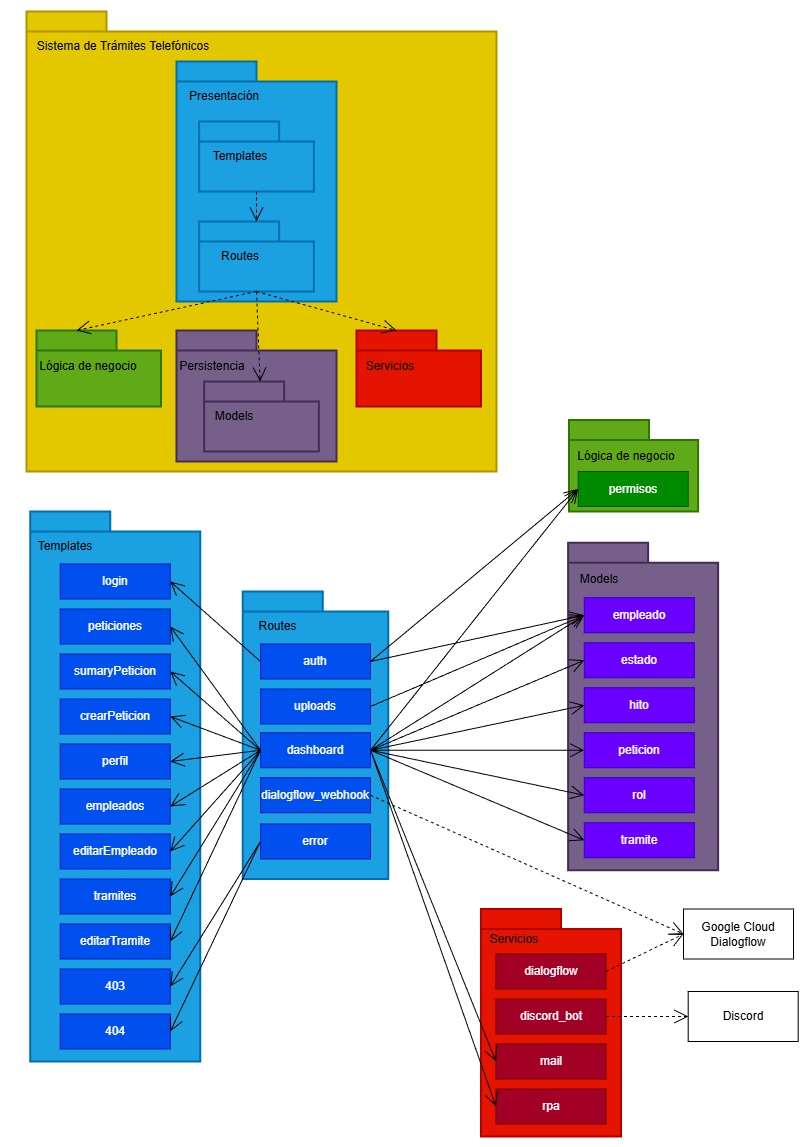
The draw.io diagram documents/img/diagramas/decomposition&uses_style.png in humaral/tfg, before a commit. Source tidied: cells renumbered, new cells last; positions are measured from the earlier drawing's top-left corner, leaving out a move shared by most shapes.
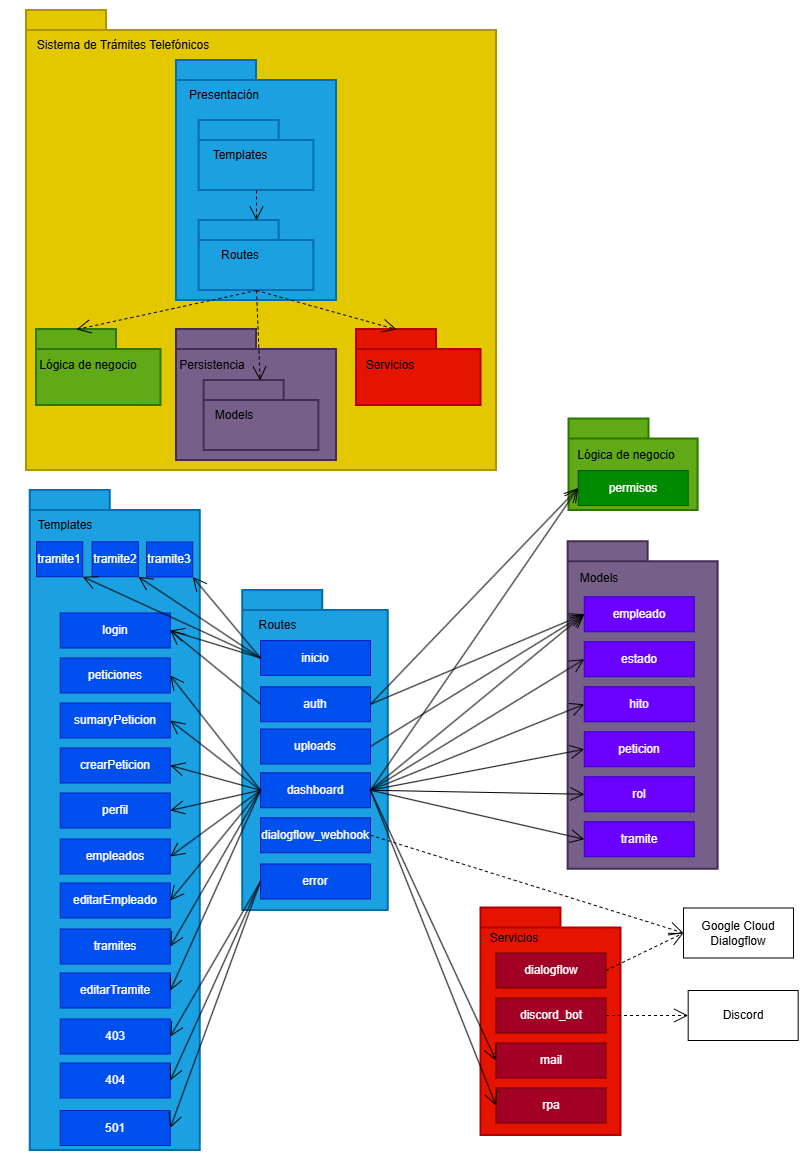
The same diagram one commit later.

Diff of the diagram source:
```diff
@@ -51,64 +51,64 @@
       <mxGeometry relative="1" as="geometry" />
     </mxCell>
     <mxCell id="18" style="shape=folder;tabWidth=80;tabHeight=20;tabPosition=left;strokeWidth=2;html=1;whiteSpace=wrap;align=center;fillColor=#1ba1e2;fontColor=#ffffff;strokeColor=#006EAF;" parent="1" vertex="1">
-      <mxGeometry x="19.8" y="500" width="170" height="550" as="geometry" />
+      <mxGeometry x="19.8" y="480" width="170" height="660" as="geometry" />
     </mxCell>
     <mxCell id="19" value="Templates" style="text;html=1;whiteSpace=wrap;strokeColor=none;fillColor=none;align=center;verticalAlign=middle;rounded=0;" parent="1" vertex="1">
-      <mxGeometry x="-0.2" y="520" width="110" height="30" as="geometry" />
+      <mxGeometry x="-0.2" y="500" width="110" height="30" as="geometry" />
     </mxCell>
     <mxCell id="20" value="crearPeticion" style="html=1;whiteSpace=wrap;fillColor=#0050ef;fontColor=#ffffff;strokeColor=#001DBC;" parent="1" vertex="1">
-      <mxGeometry x="49.8" y="687.5" width="110" height="35" as="geometry" />
+      <mxGeometry x="49.8" y="737.5" width="110" height="35" as="geometry" />
     </mxCell>
     <mxCell id="21" value="editarTramite" style="html=1;whiteSpace=wrap;fillColor=#0050ef;fontColor=#ffffff;strokeColor=#001DBC;" parent="1" vertex="1">
-      <mxGeometry x="49.8" y="912.5" width="110" height="35" as="geometry" />
+      <mxGeometry x="49.8" y="962.5" width="110" height="35" as="geometry" />
     </mxCell>
     <mxCell id="22" value="editarEmpleado" style="html=1;whiteSpace=wrap;fillColor=#0050ef;fontColor=#ffffff;strokeColor=#001DBC;" parent="1" vertex="1">
-      <mxGeometry x="49.8" y="822.5" width="110" height="35" as="geometry" />
+      <mxGeometry x="49.8" y="872.5" width="110" height="35" as="geometry" />
     </mxCell>
     <mxCell id="23" value="empleados" style="html=1;whiteSpace=wrap;fillColor=#0050ef;fontColor=#ffffff;strokeColor=#001DBC;" parent="1" vertex="1">
-      <mxGeometry x="49.8" y="777.5" width="110" height="35" as="geometry" />
+      <mxGeometry x="49.8" y="828.5" width="110" height="35" as="geometry" />
     </mxCell>
     <mxCell id="24" value="login" style="html=1;whiteSpace=wrap;fillColor=#0050ef;fontColor=#ffffff;strokeColor=#001DBC;" parent="1" vertex="1">
-      <mxGeometry x="49.8" y="552.5" width="110" height="35" as="geometry" />
+      <mxGeometry x="49.8" y="602.5" width="110" height="35" as="geometry" />
     </mxCell>
     <mxCell id="25" value="peticiones" style="html=1;whiteSpace=wrap;fillColor=#0050ef;fontColor=#ffffff;strokeColor=#001DBC;" parent="1" vertex="1">
-      <mxGeometry x="49.8" y="597.5" width="110" height="35" as="geometry" />
+      <mxGeometry x="49.8" y="647.5" width="110" height="35" as="geometry" />
     </mxCell>
     <mxCell id="26" value="perfil" style="html=1;whiteSpace=wrap;fillColor=#0050ef;fontColor=#ffffff;strokeColor=#001DBC;" parent="1" vertex="1">
-      <mxGeometry x="49.8" y="732.5" width="110" height="35" as="geometry" />
+      <mxGeometry x="49.8" y="782.5" width="110" height="35" as="geometry" />
     </mxCell>
     <mxCell id="27" value="tramites" style="html=1;whiteSpace=wrap;fillColor=#0050ef;fontColor=#ffffff;strokeColor=#001DBC;" parent="1" vertex="1">
-      <mxGeometry x="49.8" y="867.5" width="110" height="35" as="geometry" />
+      <mxGeometry x="49.8" y="918.5" width="110" height="35" as="geometry" />
     </mxCell>
     <mxCell id="28" value="sumaryPeticion" style="html=1;whiteSpace=wrap;fillColor=#0050ef;fontColor=#ffffff;strokeColor=#001DBC;" parent="1" vertex="1">
-      <mxGeometry x="49.8" y="642.5" width="110" height="35" as="geometry" />
+      <mxGeometry x="49.8" y="692.5" width="110" height="35" as="geometry" />
     </mxCell>
     <mxCell id="29" value="404" style="html=1;whiteSpace=wrap;fillColor=#0050ef;fontColor=#ffffff;strokeColor=#001DBC;" parent="1" vertex="1">
-      <mxGeometry x="49.8" y="1002.5" width="110" height="35" as="geometry" />
+      <mxGeometry x="49.8" y="1052.5" width="110" height="35" as="geometry" />
     </mxCell>
     <mxCell id="30" value="403" style="html=1;whiteSpace=wrap;fillColor=#0050ef;fontColor=#ffffff;strokeColor=#001DBC;" parent="1" vertex="1">
-      <mxGeometry x="49.8" y="957.5" width="110" height="35" as="geometry" />
+      <mxGeometry x="49.8" y="1008.5" width="110" height="35" as="geometry" />
     </mxCell>
     <mxCell id="31" style="shape=folder;tabWidth=80;tabHeight=20;tabPosition=left;strokeWidth=2;html=1;whiteSpace=wrap;align=center;fillColor=#1ba1e2;fontColor=#ffffff;strokeColor=#006EAF;" parent="1" vertex="1">
-      <mxGeometry x="232.2" y="580" width="145.5" height="287.5" as="geometry" />
+      <mxGeometry x="232.2" y="580" width="145.5" height="320" as="geometry" />
     </mxCell>
     <mxCell id="32" value="Routes" style="text;html=1;whiteSpace=wrap;strokeColor=none;fillColor=none;align=center;verticalAlign=middle;rounded=0;" parent="1" vertex="1">
       <mxGeometry x="210" y="600" width="114.5" height="30" as="geometry" />
     </mxCell>
     <mxCell id="33" value="auth" style="html=1;whiteSpace=wrap;fillColor=#0050ef;fontColor=#ffffff;strokeColor=#001DBC;" parent="1" vertex="1">
-      <mxGeometry x="250" y="632.5" width="110" height="35" as="geometry" />
+      <mxGeometry x="250" y="676.2" width="110" height="35" as="geometry" />
     </mxCell>
     <mxCell id="34" value="dashboard" style="html=1;whiteSpace=wrap;fillColor=#0050ef;fontColor=#ffffff;strokeColor=#001DBC;" parent="1" vertex="1">
-      <mxGeometry x="250" y="721.2" width="110" height="35" as="geometry" />
+      <mxGeometry x="250" y="762.2" width="110" height="35" as="geometry" />
     </mxCell>
     <mxCell id="35" value="dialogflow_webhook" style="html=1;whiteSpace=wrap;fillColor=#0050ef;fontColor=#ffffff;strokeColor=#001DBC;" parent="1" vertex="1">
-      <mxGeometry x="250" y="766.2" width="110" height="35" as="geometry" />
+      <mxGeometry x="250" y="807.2" width="110" height="35" as="geometry" />
     </mxCell>
     <mxCell id="36" value="error" style="html=1;whiteSpace=wrap;fillColor=#0050ef;fontColor=#ffffff;strokeColor=#001DBC;" parent="1" vertex="1">
-      <mxGeometry x="250" y="812.5" width="110" height="35" as="geometry" />
+      <mxGeometry x="250" y="853.5" width="110" height="35" as="geometry" />
     </mxCell>
     <mxCell id="37" value="uploads" style="html=1;whiteSpace=wrap;fillColor=#0050ef;fontColor=#ffffff;strokeColor=#001DBC;" parent="1" vertex="1">
-      <mxGeometry x="250" y="677.5" width="110" height="35" as="geometry" />
+      <mxGeometry x="250" y="718.5" width="110" height="35" as="geometry" />
     </mxCell>
     <mxCell id="38" style="endArrow=open;endFill=1;endSize=12;html=1;rounded=0;entryX=1;entryY=0.5;entryDx=0;entryDy=0;exitX=0;exitY=0.5;exitDx=0;exitDy=0;" parent="1" edge="1" source="33" target="24">
       <mxGeometry relative="1" as="geometry" />
@@ -257,5 +257,35 @@
     <mxCell id="86" style="endArrow=open;endSize=12;dashed=1;html=1;rounded=0;exitX=1;exitY=0.5;exitDx=0;exitDy=0;entryX=0;entryY=0.5;entryDx=0;entryDy=0;" parent="1" edge="1" source="77" target="83">
       <mxGeometry relative="1" as="geometry" />
     </mxCell>
+    <mxCell id="87" value="501" style="html=1;whiteSpace=wrap;fillColor=#0050ef;fontColor=#ffffff;strokeColor=#001DBC;" parent="1" vertex="1">
+      <mxGeometry x="49.8" y="1100" width="110" height="35" as="geometry" />
+    </mxCell>
+    <mxCell id="88" style="endArrow=open;endFill=1;endSize=12;html=1;rounded=0;exitX=0;exitY=0.5;exitDx=0;exitDy=0;entryX=1;entryY=0.5;entryDx=0;entryDy=0;" parent="1" edge="1" source="36" target="87">
+      <mxGeometry relative="1" as="geometry" />
+    </mxCell>
+    <mxCell id="89" value="inicio" style="html=1;whiteSpace=wrap;fillColor=#0050ef;fontColor=#ffffff;strokeColor=#001DBC;" parent="1" vertex="1">
+      <mxGeometry x="250" y="630" width="110" height="35" as="geometry" />
+    </mxCell>
+    <mxCell id="90" value="tramite1" style="html=1;whiteSpace=wrap;fillColor=#0050ef;fontColor=#ffffff;strokeColor=#001DBC;" parent="1" vertex="1">
+      <mxGeometry x="26" y="531.2" width="46.2" height="35" as="geometry" />
+    </mxCell>
+    <mxCell id="91" value="tramite2" style="html=1;whiteSpace=wrap;fillColor=#0050ef;fontColor=#ffffff;strokeColor=#001DBC;" parent="1" vertex="1">
+      <mxGeometry x="81.6" y="531.2" width="46.2" height="35" as="geometry" />
+    </mxCell>
+    <mxCell id="92" value="tramite3" style="html=1;whiteSpace=wrap;fillColor=#0050ef;fontColor=#ffffff;strokeColor=#001DBC;" parent="1" vertex="1">
+      <mxGeometry x="136" y="531.5" width="46.2" height="35" as="geometry" />
+    </mxCell>
+    <mxCell id="93" style="endArrow=open;endFill=1;endSize=12;html=1;rounded=0;entryX=1;entryY=1;entryDx=0;entryDy=0;exitX=0;exitY=0.5;exitDx=0;exitDy=0;" parent="1" edge="1" source="89" target="90">
+      <mxGeometry relative="1" as="geometry" />
+    </mxCell>
+    <mxCell id="94" style="endArrow=open;endFill=1;endSize=12;html=1;rounded=0;entryX=1;entryY=1;entryDx=0;entryDy=0;exitX=0;exitY=0.5;exitDx=0;exitDy=0;" parent="1" edge="1" source="89" target="91">
+      <mxGeometry relative="1" as="geometry" />
+    </mxCell>
+    <mxCell id="95" style="endArrow=open;endFill=1;endSize=12;html=1;rounded=0;entryX=1;entryY=1;entryDx=0;entryDy=0;exitX=0;exitY=0.5;exitDx=0;exitDy=0;" parent="1" edge="1" source="89" target="92">
+      <mxGeometry relative="1" as="geometry" />
+    </mxCell>
+    <mxCell id="96" style="endArrow=open;endFill=1;endSize=12;html=1;rounded=0;entryX=1;entryY=0.5;entryDx=0;entryDy=0;exitX=0;exitY=0.5;exitDx=0;exitDy=0;" parent="1" edge="1" source="89" target="24">
+      <mxGeometry relative="1" as="geometry" />
+    </mxCell>
   </root>
 </mxGraphModel>
```
